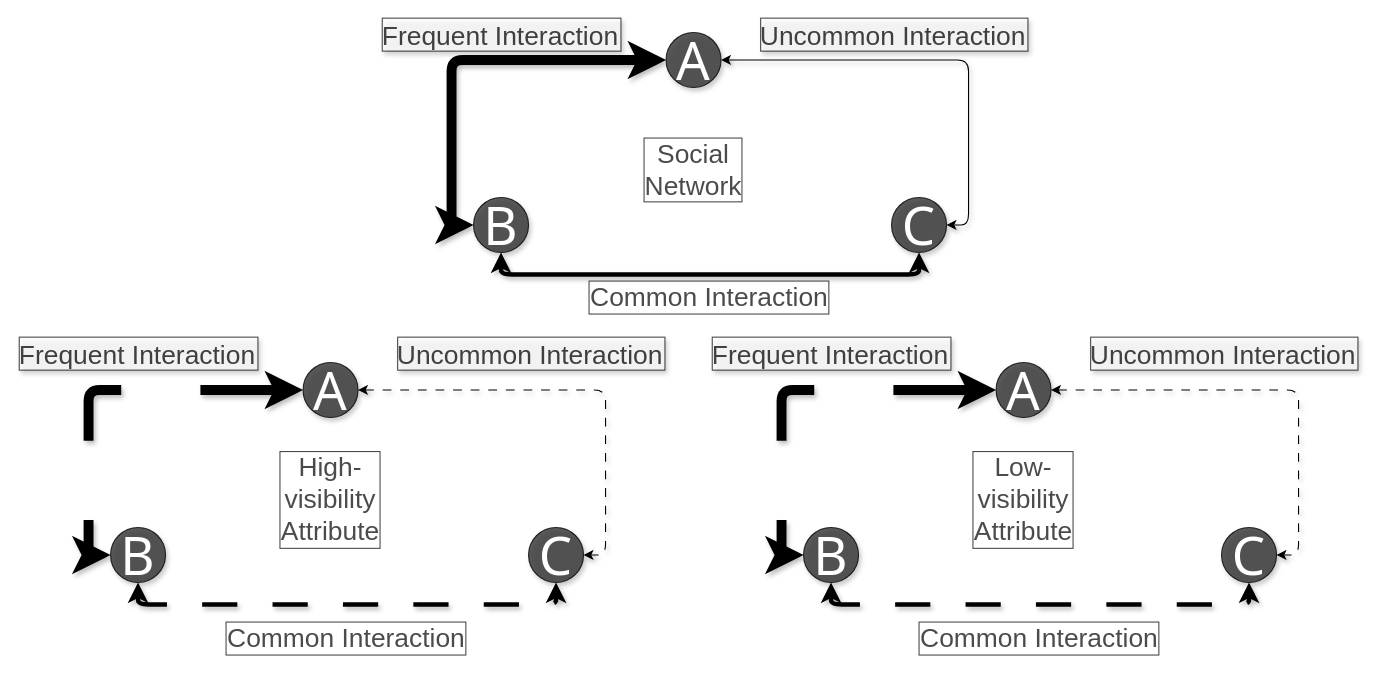
The draw.io diagram data/visibility.drawio in bischrob/bischrob.github.io, before the edit. Source tidied: cells renumbered, new cells numbered last; positions are measured from the earlier drawing's top-left corner, leaving out a move shared by most shapes. Both pictures are drawn from the tidied source at 110%, with x=0, y=0 at pixel (110, 32).
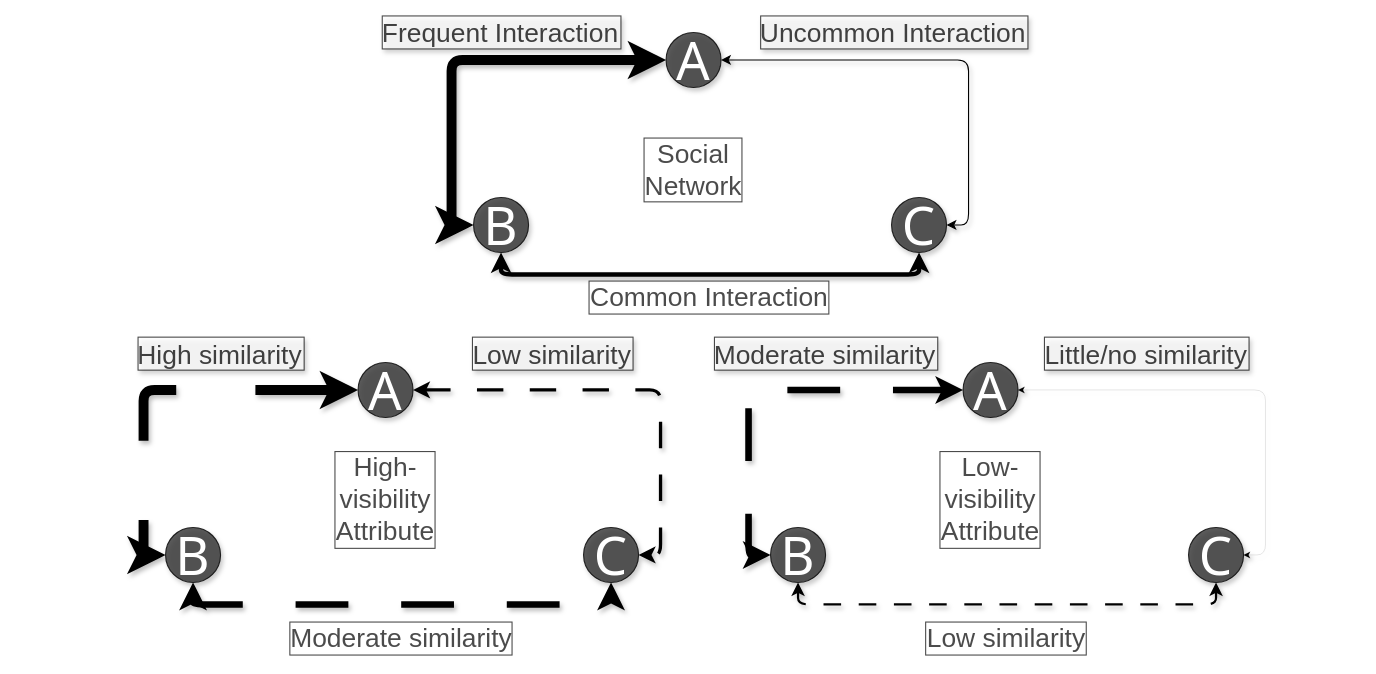
The same page after the edit.

Unchanged cells that the change refers to:
```xml
<mxCell id="2" style="edgeStyle=orthogonalEdgeStyle;rounded=1;jettySize=auto;html=1;exitX=0;exitY=0.5;exitDx=0;exitDy=0;entryX=0;entryY=0.5;entryDx=0;entryDy=0;curved=0;strokeColor=default;startArrow=classic;startFill=1;strokeWidth=9;endSize=6;targetPerimeterSpacing=0;shadow=1;" parent="1" edge="1" source="6" target="9">
  <mxGeometry relative="1" as="geometry" />
</mxCell>
<mxCell id="4" style="edgeStyle=orthogonalEdgeStyle;rounded=1;jettySize=auto;html=1;exitX=1;exitY=0.5;exitDx=0;exitDy=0;entryX=1;entryY=0.5;entryDx=0;entryDy=0;curved=0;startArrow=classic;startFill=1;shadow=1;" parent="1" edge="1" source="6" target="10">
  <mxGeometry x="-0.27" y="-15" relative="1" as="geometry" />
</mxCell>
<mxCell id="12" style="edgeStyle=orthogonalEdgeStyle;rounded=1;jettySize=auto;html=1;exitX=0;exitY=0.5;exitDx=0;exitDy=0;entryX=0;entryY=0.5;entryDx=0;entryDy=0;curved=0;strokeColor=default;startArrow=classic;startFill=1;strokeWidth=9;endSize=6;targetPerimeterSpacing=0;shadow=1;dashed=1;dashPattern=8 8;" parent="1" edge="1" source="16" target="19">
  <mxGeometry relative="1" as="geometry" />
</mxCell>
```

Diff of the diagram source:
```diff
@@
     <mxCell id="3" value="Frequent Interaction" style="edgeLabel;align=center;verticalAlign=middle;fontSize=24;textOpacity=70;textShadow=1;labelBorderColor=default;" parent="2" vertex="1">
       <mxGeometry x="-0.46" relative="1" as="geometry">
-        <mxPoint x="-52" y="-25" as="offset" />
+        <mxPoint x="-52" y="-27" as="offset" />
       </mxGeometry>
     </mxCell>
@@
     <mxCell id="5" value="Uncommon Interaction" style="edgeLabel;align=center;verticalAlign=middle;fontSize=24;textOpacity=70;textShadow=1;labelBorderColor=default;" parent="4" vertex="1">
       <mxGeometry x="-0.42" y="2" relative="1" as="geometry">
-        <mxPoint x="41" y="-23" as="offset" />
+        <mxPoint x="41" y="-25" as="offset" />
       </mxGeometry>
     </mxCell>
@@
-    <mxCell id="11" value="Social Network" style="text;html=1;align=center;verticalAlign=middle;whiteSpace=wrap;rounded=0;fontFamily=Helvetica;fontSize=24;fontColor=default;textOpacity=70;labelBorderColor=default;labelBackgroundColor=default;shadow=1;glass=0;strokeColor=none;" parent="1" vertex="1">
+    <mxCell id="11" value="Social Network" style="text;html=1;align=center;verticalAlign=middle;whiteSpace=wrap;rounded=0;fontFamily=Helvetica;fontSize=24;fontColor=default;textOpacity=70;labelBorderColor=default;labelBackgroundColor=default;shadow=1;glass=0;strokeColor=none;fillColor=none;" parent="1" vertex="1">
       <mxGeometry x="500" y="110" width="60" height="30" as="geometry" />
     </mxCell>
@@
-    <mxCell id="13" value="Frequent Interaction" style="edgeLabel;align=center;verticalAlign=middle;fontSize=24;textOpacity=70;textShadow=1;labelBorderColor=default;" parent="12" vertex="1">
+    <mxCell id="13" value="High similarity" style="edgeLabel;align=center;verticalAlign=middle;fontSize=24;textOpacity=70;textShadow=1;labelBorderColor=default;" parent="12" vertex="1">
       <mxGeometry x="-0.46" relative="1" as="geometry">
-        <mxPoint x="-52" y="-35" as="offset" />
+        <mxPoint x="-27" y="-35" as="offset" />
       </mxGeometry>
     </mxCell>
-    <mxCell id="14" style="edgeStyle=orthogonalEdgeStyle;rounded=1;jettySize=auto;html=1;exitX=1;exitY=0.5;exitDx=0;exitDy=0;entryX=1;entryY=0.5;entryDx=0;entryDy=0;curved=0;startArrow=classic;startFill=1;shadow=1;dashed=1;dashPattern=8 8;" parent="1" edge="1" source="16" target="20">
+    <mxCell id="14" style="edgeStyle=orthogonalEdgeStyle;rounded=1;jettySize=auto;html=1;exitX=1;exitY=0.5;exitDx=0;exitDy=0;entryX=1;entryY=0.5;entryDx=0;entryDy=0;curved=0;startArrow=classic;startFill=1;shadow=1;dashed=1;dashPattern=8 8;strokeWidth=3;" parent="1" edge="1" source="16" target="20">
       <mxGeometry x="-0.27" y="-15" relative="1" as="geometry" />
     </mxCell>
-    <mxCell id="15" value="Uncommon Interaction" style="edgeLabel;align=center;verticalAlign=middle;fontSize=24;textOpacity=70;textShadow=1;labelBorderColor=default;" parent="14" vertex="1">
+    <mxCell id="15" value="Low similarity" style="edgeLabel;align=center;verticalAlign=middle;fontSize=24;textOpacity=70;textShadow=1;labelBorderColor=default;" parent="14" vertex="1">
       <mxGeometry x="-0.42" y="2" relative="1" as="geometry">
-        <mxPoint x="41" y="-33" as="offset" />
+        <mxPoint x="11" y="-33" as="offset" />
       </mxGeometry>
     </mxCell>
     <mxCell id="16" value="A" style="ellipse;whiteSpace=wrap;html=1;fillStyle=solid;fillColor=light-dark(#333333,#404040);opacity=80;fontFamily=Tahoma;fontSize=48;fontColor=#FFFFFF;shadow=1;" parent="1" vertex="1">
-      <mxGeometry x="175" y="300" width="50" height="50" as="geometry" />
+      <mxGeometry x="225" y="300" width="50" height="50" as="geometry" />
     </mxCell>
-    <mxCell id="17" style="edgeStyle=orthogonalEdgeStyle;rounded=1;jettySize=auto;html=1;exitX=0.5;exitY=1;exitDx=0;exitDy=0;entryX=0.5;entryY=1;entryDx=0;entryDy=0;curved=0;startArrow=classic;startFill=1;strokeWidth=4;shadow=1;dashed=1;dashPattern=8 8;" parent="1" edge="1" source="19" target="20">
+    <mxCell id="17" style="edgeStyle=orthogonalEdgeStyle;rounded=1;jettySize=auto;html=1;exitX=0.5;exitY=1;exitDx=0;exitDy=0;entryX=0.5;entryY=1;entryDx=0;entryDy=0;curved=0;startArrow=classic;startFill=1;strokeWidth=6;shadow=1;dashed=1;dashPattern=8 8;" parent="1" edge="1" source="19" target="20">
       <mxGeometry relative="1" as="geometry" />
     </mxCell>
-    <mxCell id="18" value="Common Interaction" style="edgeLabel;html=1;align=center;verticalAlign=middle;fontFamily=Helvetica;fontSize=24;fontColor=default;textOpacity=70;labelBorderColor=default;labelBackgroundColor=default;fillColor=none;gradientColor=none;" parent="17" vertex="1">
+    <mxCell id="18" value="Moderate similarity" style="edgeLabel;html=1;align=center;verticalAlign=middle;fontFamily=Helvetica;fontSize=24;fontColor=default;textOpacity=70;labelBorderColor=default;labelBackgroundColor=default;fillColor=none;gradientColor=none;" parent="17" vertex="1">
       <mxGeometry x="-0.01" relative="1" as="geometry">
         <mxPoint y="30" as="offset" />
       </mxGeometry>
     </mxCell>
     <mxCell id="19" value="B" style="ellipse;whiteSpace=wrap;html=1;fillStyle=solid;fillColor=light-dark(#333333,#404040);opacity=80;fontFamily=Tahoma;fontSize=48;fontColor=#FFFFFF;shadow=1;" parent="1" vertex="1">
-      <mxGeometry y="450" width="50" height="50" as="geometry" />
+      <mxGeometry x="50" y="450" width="50" height="50" as="geometry" />
     </mxCell>
     <mxCell id="20" value="C" style="ellipse;whiteSpace=wrap;html=1;fillStyle=solid;fillColor=light-dark(#333333,#404040);opacity=80;fontFamily=Tahoma;fontSize=48;fontColor=#FFFFFF;shadow=1;" parent="1" vertex="1">
-      <mxGeometry x="380" y="450" width="50" height="50" as="geometry" />
+      <mxGeometry x="430" y="450" width="50" height="50" as="geometry" />
     </mxCell>
     <mxCell id="21" value="High-visibility Attribute" style="text;html=1;align=center;verticalAlign=middle;whiteSpace=wrap;rounded=0;fontFamily=Helvetica;fontSize=24;fontColor=default;textOpacity=70;labelBorderColor=default;labelBackgroundColor=default;shadow=1;glass=0;strokeColor=none;" parent="1" vertex="1">
-      <mxGeometry x="170" y="410" width="60" height="30" as="geometry" />
+      <mxGeometry x="220" y="410" width="60" height="30" as="geometry" />
     </mxCell>
-    <mxCell id="22" style="edgeStyle=orthogonalEdgeStyle;rounded=1;jettySize=auto;html=1;exitX=0;exitY=0.5;exitDx=0;exitDy=0;entryX=0;entryY=0.5;entryDx=0;entryDy=0;curved=0;strokeColor=default;startArrow=classic;startFill=1;strokeWidth=9;endSize=6;targetPerimeterSpacing=0;shadow=1;dashed=1;dashPattern=8 8;" parent="1" edge="1" source="26" target="29">
+    <mxCell id="22" style="edgeStyle=orthogonalEdgeStyle;rounded=1;jettySize=auto;html=1;exitX=0;exitY=0.5;exitDx=0;exitDy=0;entryX=0;entryY=0.5;entryDx=0;entryDy=0;curved=0;strokeColor=default;startArrow=classic;startFill=1;strokeWidth=6;endSize=6;targetPerimeterSpacing=0;shadow=1;dashed=1;dashPattern=8 8;" parent="1" edge="1" source="26" target="29">
       <mxGeometry relative="1" as="geometry" />
     </mxCell>
-    <mxCell id="23" value="Frequent Interaction" style="edgeLabel;align=center;verticalAlign=middle;fontSize=24;textOpacity=70;textShadow=1;labelBorderColor=default;" parent="22" vertex="1">
+    <mxCell id="23" value="Moderate similarity" style="edgeLabel;align=center;verticalAlign=middle;fontSize=24;textOpacity=70;textShadow=1;labelBorderColor=default;" parent="22" vertex="1">
       <mxGeometry x="-0.46" relative="1" as="geometry">
-        <mxPoint x="-52" y="-35" as="offset" />
+        <mxPoint x="-27" y="-35" as="offset" />
       </mxGeometry>
     </mxCell>
-    <mxCell id="24" style="edgeStyle=orthogonalEdgeStyle;rounded=1;jettySize=auto;html=1;exitX=1;exitY=0.5;exitDx=0;exitDy=0;entryX=1;entryY=0.5;entryDx=0;entryDy=0;curved=0;startArrow=classic;startFill=1;shadow=1;dashed=1;dashPattern=8 8;" parent="1" edge="1" source="26" target="30">
+    <mxCell id="24" style="edgeStyle=orthogonalEdgeStyle;rounded=1;jettySize=auto;html=1;exitX=1;exitY=0.5;exitDx=0;exitDy=0;entryX=1;entryY=0.5;entryDx=0;entryDy=0;curved=0;startArrow=classic;startFill=1;shadow=1;dashed=1;dashPattern=8 8;strokeWidth=0;" parent="1" edge="1" source="26" target="30">
       <mxGeometry x="-0.27" y="-15" relative="1" as="geometry" />
     </mxCell>
-    <mxCell id="25" value="Uncommon Interaction" style="edgeLabel;align=center;verticalAlign=middle;fontSize=24;textOpacity=70;textShadow=1;labelBorderColor=default;" parent="24" vertex="1">
+    <mxCell id="25" value="Little/no similarity" style="edgeLabel;align=center;verticalAlign=middle;fontSize=24;textOpacity=70;textShadow=1;labelBorderColor=default;" parent="24" vertex="1">
       <mxGeometry x="-0.42" y="2" relative="1" as="geometry">
-        <mxPoint x="41" y="-33" as="offset" />
+        <mxPoint x="1" y="-33" as="offset" />
       </mxGeometry>
     </mxCell>
     <mxCell id="26" value="A" style="ellipse;whiteSpace=wrap;html=1;fillStyle=solid;fillColor=light-dark(#333333,#404040);opacity=80;fontFamily=Tahoma;fontSize=48;fontColor=#FFFFFF;shadow=1;" parent="1" vertex="1">
-      <mxGeometry x="805" y="300" width="50" height="50" as="geometry" />
+      <mxGeometry x="775" y="300" width="50" height="50" as="geometry" />
     </mxCell>
-    <mxCell id="27" style="edgeStyle=orthogonalEdgeStyle;rounded=1;jettySize=auto;html=1;exitX=0.5;exitY=1;exitDx=0;exitDy=0;entryX=0.5;entryY=1;entryDx=0;entryDy=0;curved=0;startArrow=classic;startFill=1;strokeWidth=4;shadow=1;dashed=1;dashPattern=8 8;" parent="1" edge="1" source="29" target="30">
+    <mxCell id="27" style="edgeStyle=orthogonalEdgeStyle;rounded=1;jettySize=auto;html=1;exitX=0.5;exitY=1;exitDx=0;exitDy=0;entryX=0.5;entryY=1;entryDx=0;entryDy=0;curved=0;startArrow=classic;startFill=1;strokeWidth=2;shadow=1;dashed=1;dashPattern=8 8;" parent="1" edge="1" source="29" target="30">
       <mxGeometry relative="1" as="geometry" />
     </mxCell>
-    <mxCell id="28" value="Common Interaction" style="edgeLabel;html=1;align=center;verticalAlign=middle;fontFamily=Helvetica;fontSize=24;fontColor=default;textOpacity=70;labelBorderColor=default;labelBackgroundColor=default;fillColor=none;gradientColor=none;" parent="27" vertex="1">
+    <mxCell id="28" value="Low similarity" style="edgeLabel;html=1;align=center;verticalAlign=middle;fontFamily=Helvetica;fontSize=24;fontColor=default;textOpacity=70;labelBorderColor=default;labelBackgroundColor=default;fillColor=none;gradientColor=none;" parent="27" vertex="1">
       <mxGeometry x="-0.01" relative="1" as="geometry">
         <mxPoint y="30" as="offset" />
       </mxGeometry>
     </mxCell>
     <mxCell id="29" value="B" style="ellipse;whiteSpace=wrap;html=1;fillStyle=solid;fillColor=light-dark(#333333,#404040);opacity=80;fontFamily=Tahoma;fontSize=48;fontColor=#FFFFFF;shadow=1;" parent="1" vertex="1">
-      <mxGeometry x="630" y="450" width="50" height="50" as="geometry" />
+      <mxGeometry x="600" y="450" width="50" height="50" as="geometry" />
     </mxCell>
     <mxCell id="30" value="C" style="ellipse;whiteSpace=wrap;html=1;fillStyle=solid;fillColor=light-dark(#333333,#404040);opacity=80;fontFamily=Tahoma;fontSize=48;fontColor=#FFFFFF;shadow=1;" parent="1" vertex="1">
-      <mxGeometry x="1010" y="450" width="50" height="50" as="geometry" />
+      <mxGeometry x="980" y="450" width="50" height="50" as="geometry" />
     </mxCell>
     <mxCell id="31" value="Low-visibility Attribute" style="text;html=1;align=center;verticalAlign=middle;whiteSpace=wrap;rounded=0;fontFamily=Helvetica;fontSize=24;fontColor=default;textOpacity=70;labelBorderColor=default;labelBackgroundColor=default;shadow=1;glass=0;strokeColor=none;" parent="1" vertex="1">
-      <mxGeometry x="800" y="410" width="60" height="30" as="geometry" />
+      <mxGeometry x="770" y="410" width="60" height="30" as="geometry" />
     </mxCell>
```
